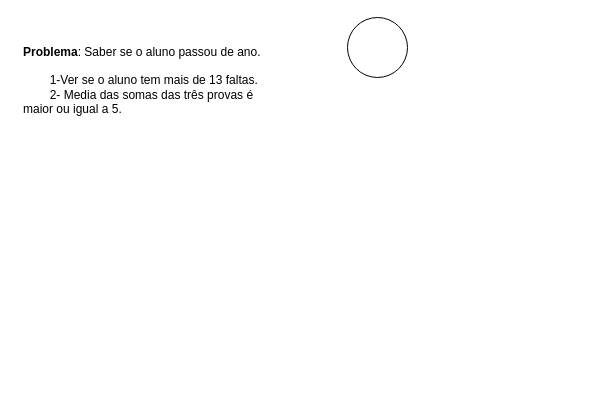
JudilenaGalvao/Prova2_GQS_Q2 keeps this draw.io diagram as Grafo de fluxo.drawio. Above is the earlier version. Source tidied: cells renumbered, new cells numbered last; positions are measured from the earlier drawing's top-left corner, leaving out a move shared by most shapes. Both pictures are drawn from the tidied source at 100%, with x=0, y=0 at pixel (17, 17).
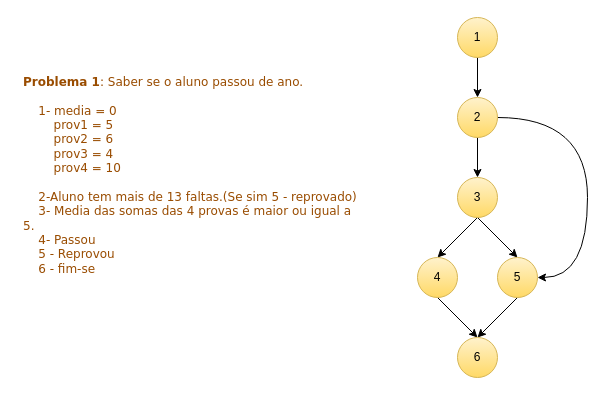
After the change.

Change to the diagram source:
```diff
@@
 <mxGraphModel>
   <root>
     <mxCell id="0" />
     <mxCell id="1" parent="0" />
-    <mxCell id="2" style="verticalLabelPosition=bottom;verticalAlign=top;html=1;shape=mxgraph.flowchart.on-page_reference;" parent="1" vertex="1">
-      <mxGeometry x="330" width="60" height="60" as="geometry" />
-    </mxCell>
-    <mxCell id="3" value="&lt;b&gt;Problema&lt;/b&gt;: Saber se o aluno passou de ano.&lt;br&gt;&lt;br&gt;&lt;span style=&quot;white-space: pre;&quot;&gt;&#9;&lt;/span&gt;1-Ver se o aluno tem mais de 13 faltas.&lt;br&gt;&lt;span style=&quot;white-space: pre;&quot;&gt;&#9;&lt;/span&gt;2- Media das somas das três provas é maior ou igual a 5." style="text;strokeColor=none;fillColor=none;align=left;verticalAlign=middle;spacingLeft=4;spacingRight=4;overflow=hidden;whiteSpace=wrap;html=1;" parent="1" vertex="1">
-      <mxGeometry y="15" width="260" height="95" as="geometry" />
+    <mxCell id="3" value="&lt;font color=&quot;#994c00&quot; face=&quot;Verdana&quot;&gt;&lt;b&gt;Problema 1&lt;/b&gt;: Saber se o aluno passou de ano.&lt;br&gt;&lt;br&gt;&lt;span style=&quot;&quot;&gt;&lt;span style=&quot;white-space: pre;&quot;&gt;&amp;nbsp;&amp;nbsp;&amp;nbsp;&amp;nbsp;&lt;/span&gt;&lt;/span&gt;1- media = 0&lt;br&gt;&lt;span style=&quot;&quot;&gt;&lt;span style=&quot;white-space: pre;&quot;&gt;&amp;nbsp;&amp;nbsp;&amp;nbsp;&amp;nbsp;&lt;/span&gt;&lt;/span&gt;&amp;nbsp; &amp;nbsp; prov1 = 5&lt;br&gt;&lt;span style=&quot;white-space: pre;&quot;&gt;&#9;&lt;/span&gt;prov2 = 6&lt;br&gt;&lt;span style=&quot;white-space: pre;&quot;&gt;&#9;&lt;/span&gt;prov3 = 4&lt;br&gt;&lt;span style=&quot;white-space: pre;&quot;&gt;&#9;&lt;/span&gt;prov4 = 10&lt;br&gt;&lt;br&gt;&lt;span style=&quot;&quot;&gt;&lt;span style=&quot;white-space: pre;&quot;&gt;&amp;nbsp;&amp;nbsp;&amp;nbsp;&amp;nbsp;&lt;/span&gt;&lt;/span&gt;2-Aluno tem mais de 13 faltas.(Se sim 5 - reprovado)&lt;br&gt;&lt;span style=&quot;&quot;&gt;&lt;span style=&quot;white-space: pre;&quot;&gt;&amp;nbsp;&amp;nbsp;&amp;nbsp;&amp;nbsp;&lt;/span&gt;&lt;/span&gt;3- Media das somas das 4 provas é maior ou igual a 5.&lt;br&gt;&lt;span style=&quot;&quot;&gt;&lt;span style=&quot;white-space: pre;&quot;&gt;&amp;nbsp;&amp;nbsp;&amp;nbsp;&amp;nbsp;&lt;/span&gt;&lt;/span&gt;4- Passou&lt;br&gt;&amp;nbsp; &amp;nbsp; 5 - Reprovou&lt;br&gt;&amp;nbsp; &amp;nbsp; 6 - fim-se&lt;/font&gt;" style="text;strokeColor=none;fillColor=none;align=left;verticalAlign=middle;spacingLeft=4;spacingRight=4;overflow=hidden;whiteSpace=wrap;html=1;" parent="1" vertex="1">
+      <mxGeometry y="15" width="350" height="285" as="geometry" />
     </mxCell>
+    <mxCell id="4" style="edgeStyle=orthogonalEdgeStyle;rounded=0;jettySize=auto;html=1;exitX=0.5;exitY=1;exitDx=0;exitDy=0;" parent="1" edge="1" source="6" target="8">
+      <mxGeometry relative="1" as="geometry" />
+    </mxCell>
+    <mxCell id="5" style="edgeStyle=orthogonalEdgeStyle;shape=connector;rounded=0;jettySize=auto;html=1;exitX=1;exitY=0.5;exitDx=0;exitDy=0;entryX=1;entryY=0.5;entryDx=0;entryDy=0;labelBackgroundColor=default;strokeColor=default;fontFamily=Helvetica;fontSize=11;fontColor=default;endArrow=classic;curved=1;" parent="1" edge="1" source="8" target="15">
+      <mxGeometry relative="1" as="geometry">
+        <Array as="points">
+          <mxPoint x="570" y="100" />
+          <mxPoint x="570" y="260" />
+        </Array>
+      </mxGeometry>
+    </mxCell>
+    <mxCell id="6" value="1" style="ellipse;whiteSpace=wrap;html=1;fillColor=#fff2cc;strokeColor=#d6b656;gradientColor=#ffd966;" parent="1" vertex="1">
+      <mxGeometry x="440" width="40" height="40" as="geometry" />
+    </mxCell>
+    <mxCell id="7" style="edgeStyle=orthogonalEdgeStyle;rounded=0;jettySize=auto;html=1;exitX=0.5;exitY=1;exitDx=0;exitDy=0;entryX=0.5;entryY=0;entryDx=0;entryDy=0;" parent="1" edge="1" source="8" target="11">
+      <mxGeometry relative="1" as="geometry" />
+    </mxCell>
+    <mxCell id="8" value="2" style="ellipse;whiteSpace=wrap;html=1;fillColor=#fff2cc;gradientColor=#ffd966;strokeColor=#d6b656;" parent="1" vertex="1">
+      <mxGeometry x="440" y="80" width="40" height="40" as="geometry" />
+    </mxCell>
+    <mxCell id="9" style="rounded=0;jettySize=auto;html=1;exitX=0.5;exitY=1;exitDx=0;exitDy=0;entryX=0.5;entryY=0;entryDx=0;entryDy=0;" parent="1" edge="1" source="11" target="13">
+      <mxGeometry relative="1" as="geometry" />
+    </mxCell>
+    <mxCell id="10" style="rounded=0;jettySize=auto;html=1;exitX=0.5;exitY=1;exitDx=0;exitDy=0;entryX=0.5;entryY=0;entryDx=0;entryDy=0;" parent="1" edge="1" source="11" target="15">
+      <mxGeometry relative="1" as="geometry" />
+    </mxCell>
+    <mxCell id="11" value="3" style="ellipse;whiteSpace=wrap;html=1;fillColor=#fff2cc;gradientColor=#ffd966;strokeColor=#d6b656;" parent="1" vertex="1">
+      <mxGeometry x="440" y="160" width="40" height="40" as="geometry" />
+    </mxCell>
+    <mxCell id="12" style="edgeStyle=none;shape=connector;rounded=0;jettySize=auto;html=1;exitX=0.5;exitY=1;exitDx=0;exitDy=0;entryX=0.5;entryY=0;entryDx=0;entryDy=0;labelBackgroundColor=default;strokeColor=default;fontFamily=Helvetica;fontSize=11;fontColor=default;endArrow=classic;" parent="1" edge="1" source="13" target="16">
+      <mxGeometry relative="1" as="geometry" />
+    </mxCell>
+    <mxCell id="13" value="4" style="ellipse;whiteSpace=wrap;html=1;fillColor=#fff2cc;gradientColor=#ffd966;strokeColor=#d6b656;" parent="1" vertex="1">
+      <mxGeometry x="400" y="240" width="40" height="40" as="geometry" />
+    </mxCell>
+    <mxCell id="14" style="edgeStyle=none;shape=connector;rounded=0;jettySize=auto;html=1;exitX=0.5;exitY=1;exitDx=0;exitDy=0;labelBackgroundColor=default;strokeColor=default;fontFamily=Helvetica;fontSize=11;fontColor=default;endArrow=classic;" parent="1" edge="1" source="15">
+      <mxGeometry relative="1" as="geometry">
+        <mxPoint x="460" y="320" as="targetPoint" />
+      </mxGeometry>
+    </mxCell>
+    <mxCell id="15" value="5" style="ellipse;whiteSpace=wrap;html=1;fillColor=#fff2cc;gradientColor=#ffd966;strokeColor=#d6b656;" parent="1" vertex="1">
+      <mxGeometry x="480" y="240" width="40" height="40" as="geometry" />
+    </mxCell>
+    <mxCell id="16" value="6" style="ellipse;whiteSpace=wrap;html=1;fillColor=#fff2cc;gradientColor=#ffd966;strokeColor=#d6b656;" parent="1" vertex="1">
+      <mxGeometry x="440" y="320" width="40" height="40" as="geometry" />
+    </mxCell>
   </root>
 </mxGraphModel>
```
